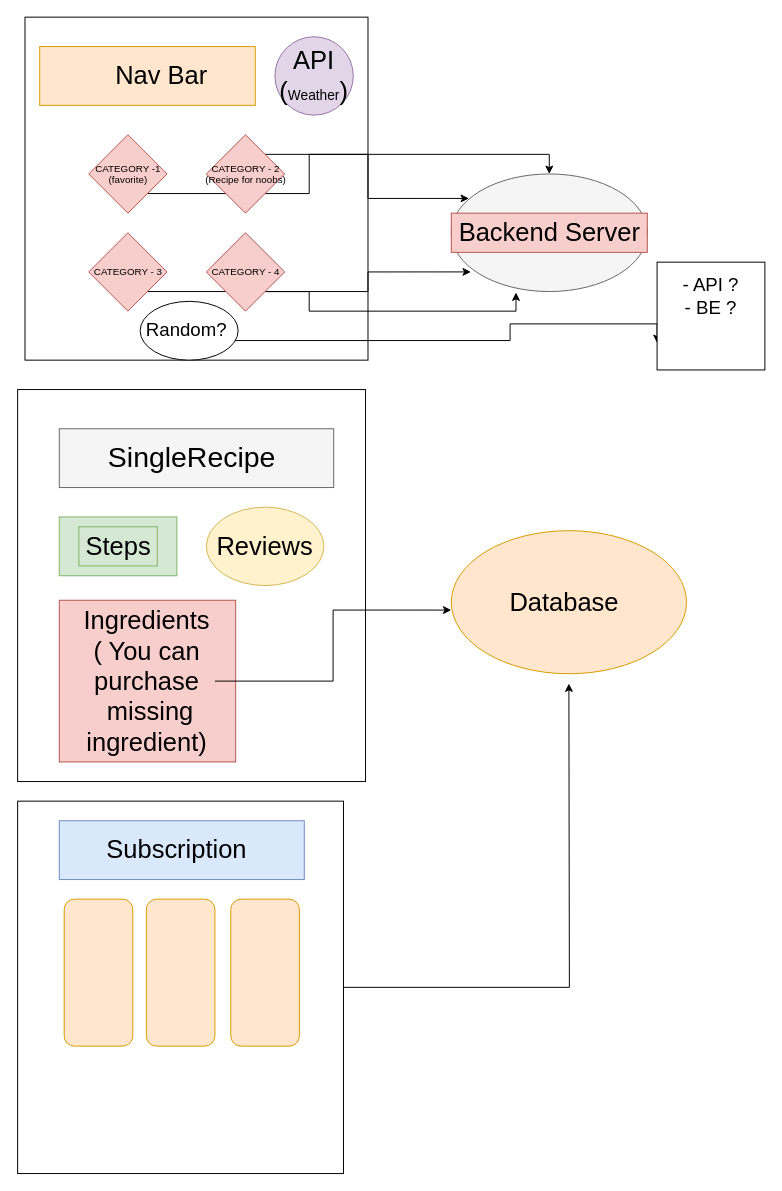
Earlier version of the draw.io diagram Final-Project.drawio (tontruongdao/m1-1-htmlcss--html). Source tidied: cells renumbered, new cells numbered last; positions are measured from the earlier drawing's top-left corner, leaving out a move shared by most shapes. Both pictures are drawn from the tidied source at 98%, with x=0, y=0 at pixel (18, 17).
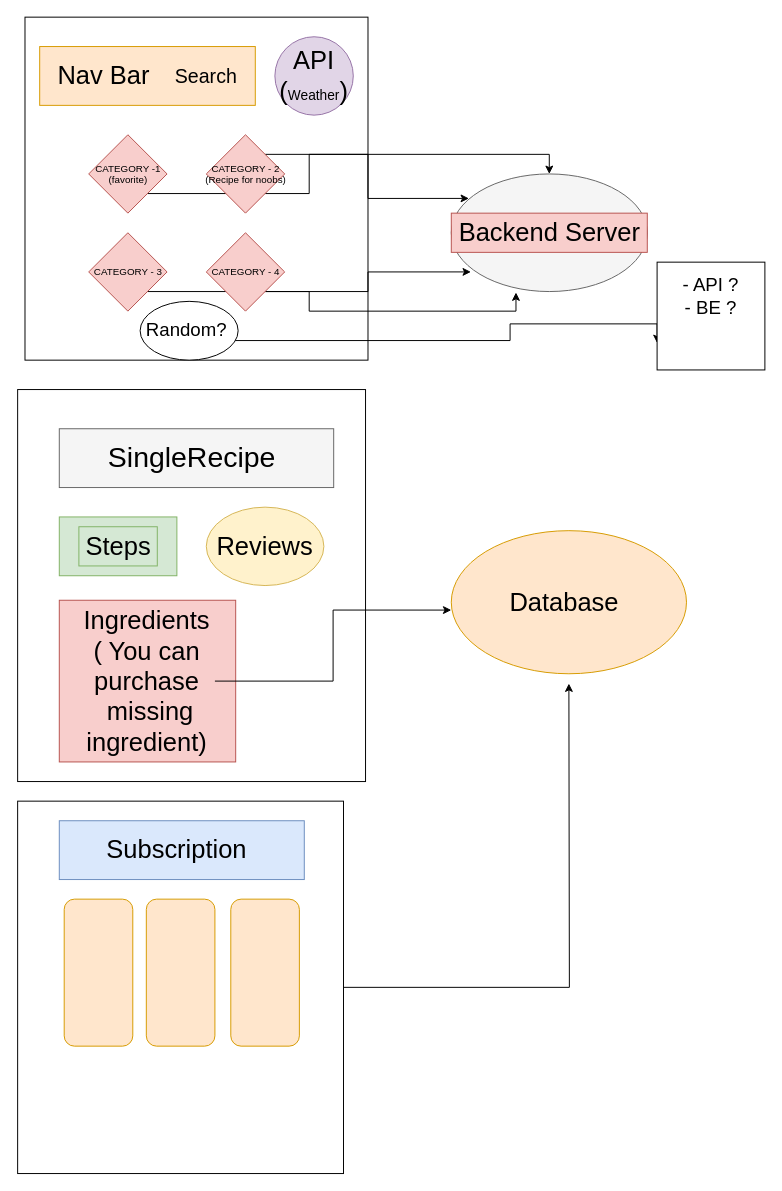
After the change.

Diff of the diagram source:
```diff
@@
     <mxCell id="4" value="Nav Bar" style="text;html=1;align=center;verticalAlign=middle;fillColor=none;strokeColor=none;rounded=0;fontSize=26;" parent="1" vertex="1">
-      <mxGeometry x="90.8" y="40" width="110" height="40" as="geometry" />
+      <mxGeometry x="32" y="40" width="110" height="40" as="geometry" />
     </mxCell>
@@
+    <mxCell id="45" value="&lt;font style=&quot;font-size: 20px&quot;&gt;Search&lt;/font&gt;" style="text;html=1;strokeColor=none;fillColor=none;align=center;verticalAlign=middle;whiteSpace=wrap;rounded=0;strokeWidth=3;" parent="1" vertex="1">
+      <mxGeometry x="152" y="45" width="80" height="30" as="geometry" />
+    </mxCell>
```
